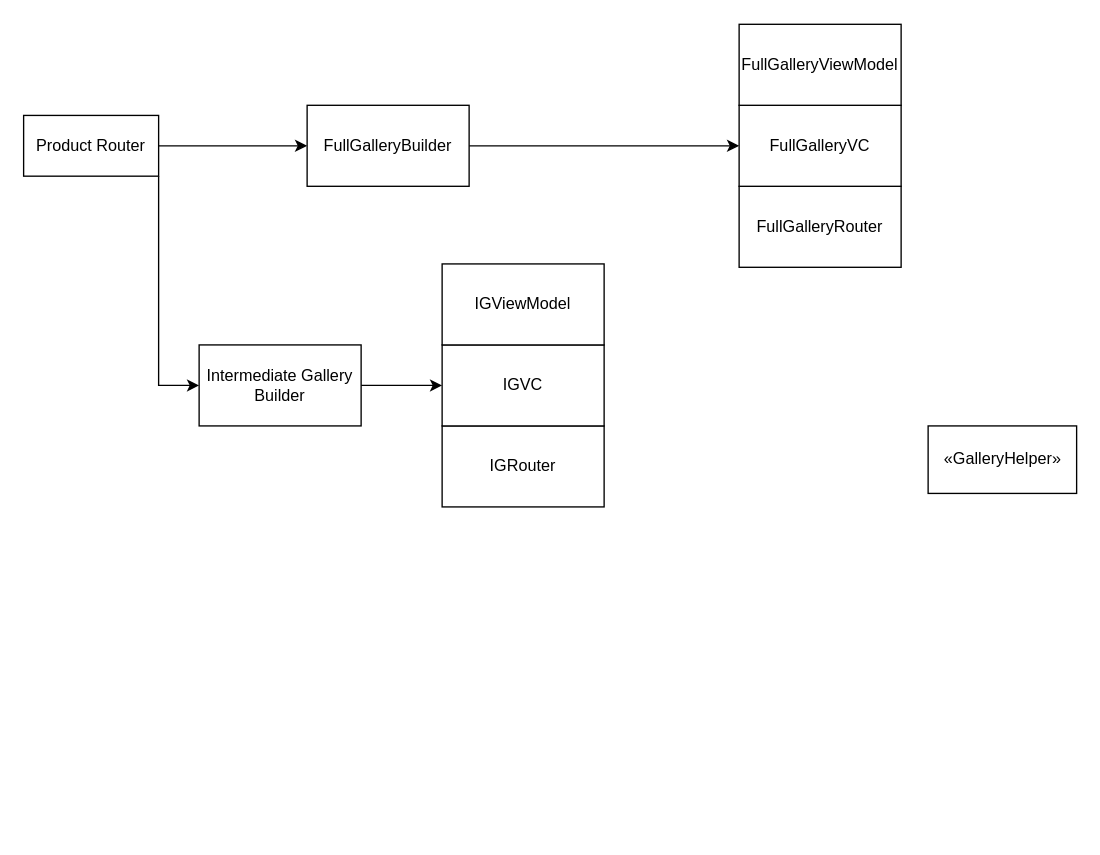
Earlier version of the draw.io diagram DataFlowGallery.drawio (CodeSurgeonX/Diagrams). Source tidied: cells renumbered, new cells numbered last; positions are measured from the earlier drawing's top-left corner, leaving out a move shared by most shapes. Both pictures are drawn from the tidied source at 135%, with x=0, y=0 at pixel (23, 23).
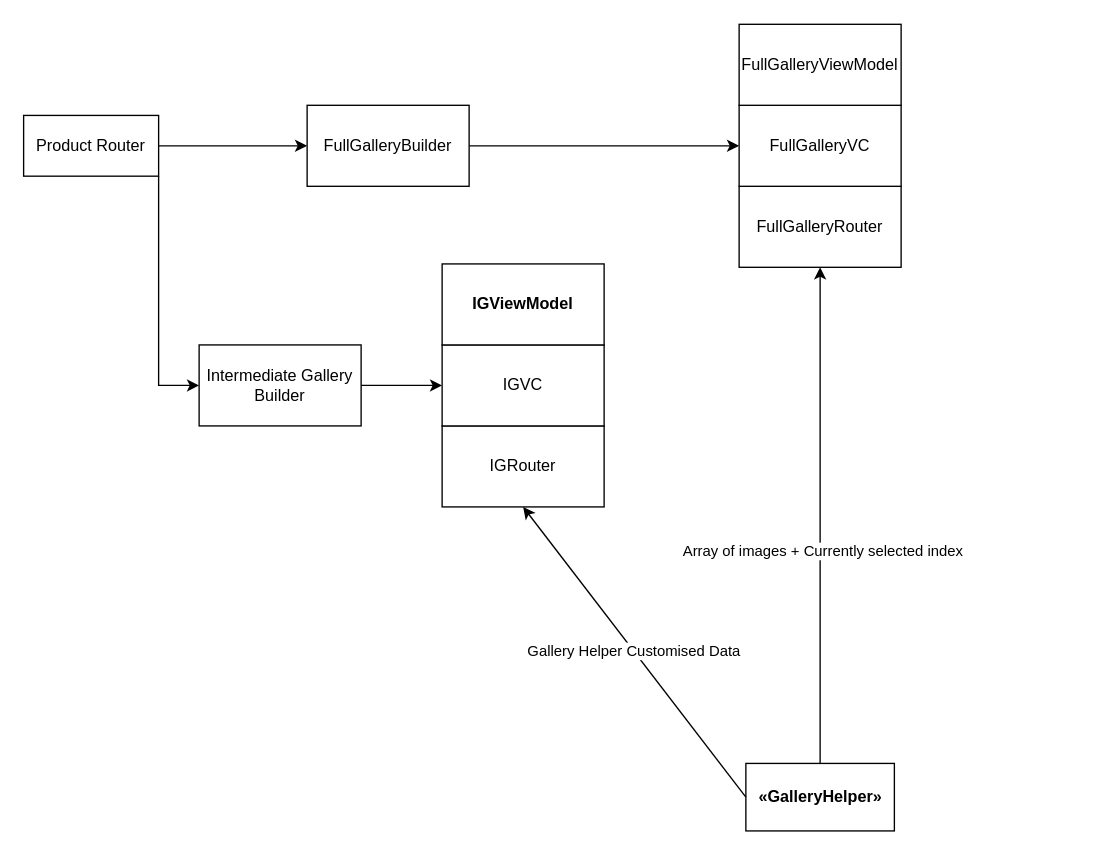
The same page after the edit.

Unchanged cells that the change refers to:
```xml
<mxCell id="10" value="FullGalleryRouter" style="rounded=0;whiteSpace=wrap;html=1;" parent="9" vertex="1">
  <mxGeometry y="120" width="120" height="60" as="geometry" />
</mxCell>
<mxCell id="13" style="group;" parent="1" vertex="1">
  <mxGeometry x="310" y="178" width="120" height="180" as="geometry" />
</mxCell>
<mxCell id="14" value="IGRouter" style="rounded=0;whiteSpace=wrap;html=1;" parent="13" vertex="1">
  <mxGeometry y="120" width="120" height="60" as="geometry" />
</mxCell>
```

The edit, as a diff of the source:
```diff
@@
-    <mxCell id="16" value="IGViewModel" style="rounded=0;whiteSpace=wrap;html=1;" parent="13" vertex="1">
+    <mxCell id="16" value="&lt;b&gt;IGViewModel&lt;/b&gt;" style="rounded=0;whiteSpace=wrap;html=1;" parent="13" vertex="1">
       <mxGeometry width="120" height="60" as="geometry" />
     </mxCell>
+    <mxCell id="18" style="edgeStyle=orthogonalEdgeStyle;rounded=0;jettySize=auto;html=1;" parent="1" edge="1" source="17" target="10">
+      <mxGeometry relative="1" as="geometry" />
+    </mxCell>
+    <mxCell id="19" value="Array of images + Currently selected index" style="edgeLabel;html=1;align=center;verticalAlign=middle;" parent="18" vertex="1">
+      <mxGeometry x="-0.14" y="-1" relative="1" as="geometry" />
+    </mxCell>
-    <mxCell id="17" value="«GalleryHelper»&lt;br&gt;" style="html=1;strokeWidth=1;imageWidth=47;imageHeight=24;" parent="1" vertex="1">
-      <mxGeometry x="670" y="298" width="110" height="50" as="geometry" />
+    <mxCell id="17" value="&lt;b&gt;«GalleryHelper»&lt;/b&gt;" style="html=1;strokeWidth=1;imageWidth=47;imageHeight=24;" parent="1" vertex="1">
+      <mxGeometry x="535" y="548" width="110" height="50" as="geometry" />
     </mxCell>
+    <mxCell id="20" style="endArrow=classic;html=1;rounded=0;exitX=0;exitY=0.5;exitDx=0;exitDy=0;entryX=0.5;entryY=1;entryDx=0;entryDy=0;" parent="1" edge="1" source="17" target="14">
+      <mxGeometry relative="1" as="geometry" />
+    </mxCell>
+    <mxCell id="21" value="Gallery Helper Customised Data" style="edgeLabel;html=1;align=center;verticalAlign=middle;" parent="20" vertex="1">
+      <mxGeometry x="0.01" relative="1" as="geometry" />
+    </mxCell>
```
